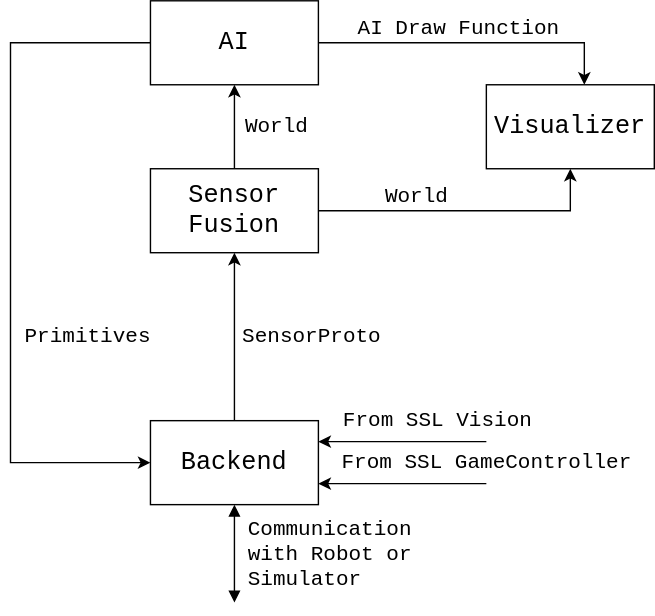
Above: docs/images/high_level_architecture_diagram.svg in UBC-Thunderbots/Software (draw.io), before the change. Source tidied: cells renumbered, new cells last; positions are measured from the earlier drawing's top-left corner, leaving out a move shared by most shapes. Source of this version:
```xml
<mxGraphModel>
  <root>
    <mxCell id="0" />
    <mxCell id="1" parent="0" />
    <mxCell id="2" style="edgeStyle=orthogonalEdgeStyle;rounded=0;jettySize=auto;html=1;exitX=1;exitY=0.5;exitDx=0;exitDy=0;" parent="1" edge="1" source="4" target="8">
      <mxGeometry relative="1" as="geometry">
        <Array as="points">
          <mxPoint x="410" y="30" />
        </Array>
      </mxGeometry>
    </mxCell>
    <mxCell id="3" style="edgeStyle=orthogonalEdgeStyle;rounded=0;jettySize=auto;html=1;entryX=0;entryY=0.5;entryDx=0;entryDy=0;exitX=0;exitY=0.5;exitDx=0;exitDy=0;" parent="1" edge="1" source="4" target="7">
      <mxGeometry relative="1" as="geometry">
        <Array as="points">
          <mxPoint y="30" />
          <mxPoint y="330" />
        </Array>
      </mxGeometry>
    </mxCell>
    <mxCell id="4" value="AI" style="whiteSpace=wrap;html=1;fontFamily=Courier New;fontSize=18;" parent="1" vertex="1">
      <mxGeometry x="100" width="120" height="60" as="geometry" />
    </mxCell>
    <mxCell id="5" style="edgeStyle=orthogonalEdgeStyle;rounded=0;jettySize=auto;html=1;entryX=0.5;entryY=1;entryDx=0;entryDy=0;" parent="1" edge="1" source="7" target="14">
      <mxGeometry relative="1" as="geometry" />
    </mxCell>
    <mxCell id="6" style="edgeStyle=orthogonalEdgeStyle;rounded=0;jettySize=auto;html=1;exitX=0.5;exitY=1;exitDx=0;exitDy=0;startArrow=block;startFill=1;endArrow=block;endFill=1;" parent="1" edge="1" source="7">
      <mxGeometry relative="1" as="geometry">
        <mxPoint x="160" y="430" as="targetPoint" />
      </mxGeometry>
    </mxCell>
    <mxCell id="7" value="Backend" style="whiteSpace=wrap;html=1;fontFamily=Courier New;fontSize=18;" parent="1" vertex="1">
      <mxGeometry x="100" y="300" width="120" height="60" as="geometry" />
    </mxCell>
    <mxCell id="8" value="Visualizer" style="whiteSpace=wrap;html=1;fontFamily=Courier New;fontSize=18;" parent="1" vertex="1">
      <mxGeometry x="340" y="60" width="120" height="60" as="geometry" />
    </mxCell>
    <mxCell id="9" value="&lt;div&gt;Primitives&lt;/div&gt;" style="text;html=1;align=center;verticalAlign=middle;fillColor=none;strokeColor=none;rounded=0;fontFamily=Courier New;fontSize=15;" parent="1" vertex="1">
      <mxGeometry y="230" width="110" height="20" as="geometry" />
    </mxCell>
    <mxCell id="10" value="AI Draw Function" style="text;html=1;align=center;verticalAlign=middle;fillColor=none;strokeColor=none;rounded=0;fontFamily=Courier New;fontSize=15;" parent="1" vertex="1">
      <mxGeometry x="240" y="10" width="160" height="20" as="geometry" />
    </mxCell>
    <mxCell id="11" value="SensorProto" style="text;html=1;align=center;verticalAlign=middle;fillColor=none;strokeColor=none;rounded=0;fontFamily=Courier New;fontSize=15;" parent="1" vertex="1">
      <mxGeometry x="160" y="230" width="110" height="20" as="geometry" />
    </mxCell>
    <mxCell id="12" style="edgeStyle=orthogonalEdgeStyle;rounded=0;jettySize=auto;html=1;entryX=0.5;entryY=1;entryDx=0;entryDy=0;" parent="1" edge="1" source="14" target="4">
      <mxGeometry relative="1" as="geometry" />
    </mxCell>
    <mxCell id="13" style="edgeStyle=orthogonalEdgeStyle;rounded=0;jettySize=auto;html=1;entryX=0.5;entryY=1;entryDx=0;entryDy=0;" parent="1" edge="1" source="14" target="8">
      <mxGeometry relative="1" as="geometry" />
    </mxCell>
    <mxCell id="14" value="&lt;div&gt;Sensor Fusion&lt;/div&gt;" style="whiteSpace=wrap;html=1;fontFamily=Courier New;fontSize=18;" parent="1" vertex="1">
      <mxGeometry x="100" y="120" width="120" height="60" as="geometry" />
    </mxCell>
    <mxCell id="15" value="World" style="text;html=1;align=center;verticalAlign=middle;fillColor=none;strokeColor=none;rounded=0;fontFamily=Courier New;fontSize=15;" parent="1" vertex="1">
      <mxGeometry x="160" y="80" width="60" height="20" as="geometry" />
    </mxCell>
    <mxCell id="16" style="edgeStyle=orthogonalEdgeStyle;rounded=0;jettySize=auto;html=1;exitX=1;exitY=0.25;exitDx=0;exitDy=0;endArrow=none;endFill=0;startArrow=classic;startFill=1;" parent="1" edge="1" source="7">
      <mxGeometry relative="1" as="geometry">
        <mxPoint x="340" y="315" as="targetPoint" />
        <Array as="points">
          <mxPoint x="240" y="315" />
          <mxPoint x="240" y="315" />
        </Array>
      </mxGeometry>
    </mxCell>
    <mxCell id="17" style="edgeStyle=orthogonalEdgeStyle;rounded=0;jettySize=auto;html=1;exitX=1;exitY=0.75;exitDx=0;exitDy=0;endArrow=none;endFill=0;startArrow=classic;startFill=1;" parent="1" edge="1" source="7">
      <mxGeometry relative="1" as="geometry">
        <mxPoint x="340" y="345" as="targetPoint" />
        <Array as="points">
          <mxPoint x="330" y="345" />
        </Array>
      </mxGeometry>
    </mxCell>
    <mxCell id="18" value="World" style="text;html=1;align=center;verticalAlign=middle;fillColor=none;strokeColor=none;rounded=0;fontFamily=Courier New;fontSize=15;" parent="1" vertex="1">
      <mxGeometry x="260" y="130" width="60" height="20" as="geometry" />
    </mxCell>
    <mxCell id="19" value="Communication with Robot or Simulator" style="text;align=left;verticalAlign=middle;fillColor=none;strokeColor=none;rounded=0;fontFamily=Courier New;fontSize=15;html=1;overflow=fill;html=1;whiteSpace=wrap;" parent="1" vertex="1">
      <mxGeometry x="170" y="370" width="130" height="50" as="geometry" />
    </mxCell>
    <mxCell id="20" value="From SSL GameController" style="text;html=1;align=center;verticalAlign=middle;fillColor=none;strokeColor=none;rounded=0;fontFamily=Courier New;fontSize=15;" parent="1" vertex="1">
      <mxGeometry x="230" y="320" width="220" height="20" as="geometry" />
    </mxCell>
    <mxCell id="21" value="From SSL Vision" style="text;html=1;align=center;verticalAlign=middle;fillColor=none;strokeColor=none;rounded=0;fontFamily=Courier New;fontSize=15;" parent="1" vertex="1">
      <mxGeometry x="230" y="290" width="150" height="20" as="geometry" />
    </mxCell>
  </root>
</mxGraphModel>
```
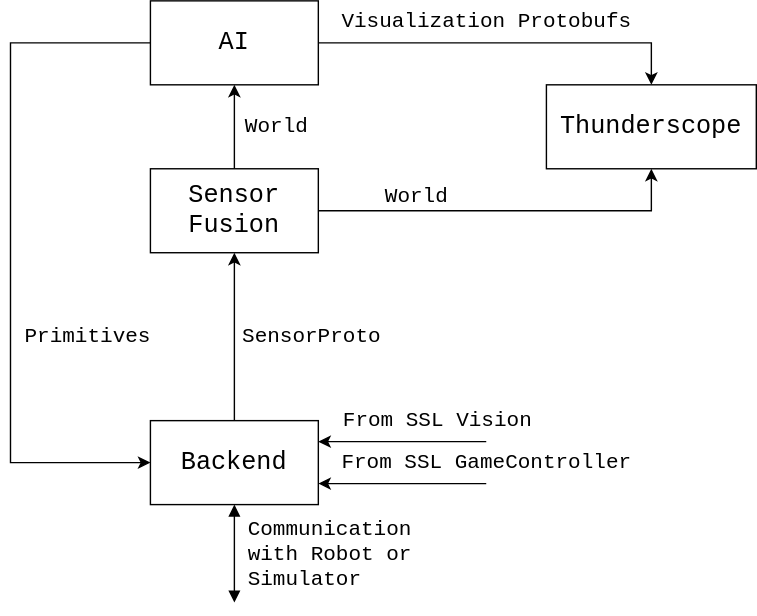
After the commit.

What changed in the source:
```diff
@@ -5,7 +5,7 @@
     <mxCell id="2" style="edgeStyle=orthogonalEdgeStyle;rounded=0;jettySize=auto;html=1;exitX=1;exitY=0.5;exitDx=0;exitDy=0;" parent="1" edge="1" source="4" target="8">
       <mxGeometry relative="1" as="geometry">
         <Array as="points">
-          <mxPoint x="410" y="30" />
+          <mxPoint x="458" y="30" />
         </Array>
       </mxGeometry>
     </mxCell>
@@ -31,14 +31,14 @@
     <mxCell id="7" value="Backend" style="whiteSpace=wrap;html=1;fontFamily=Courier New;fontSize=18;" parent="1" vertex="1">
       <mxGeometry x="100" y="300" width="120" height="60" as="geometry" />
     </mxCell>
-    <mxCell id="8" value="Visualizer" style="whiteSpace=wrap;html=1;fontFamily=Courier New;fontSize=18;" parent="1" vertex="1">
-      <mxGeometry x="340" y="60" width="120" height="60" as="geometry" />
+    <mxCell id="8" value="Thunderscope" style="whiteSpace=wrap;html=1;fontFamily=Courier New;fontSize=18;" parent="1" vertex="1">
+      <mxGeometry x="383" y="60" width="150" height="60" as="geometry" />
     </mxCell>
     <mxCell id="9" value="&lt;div&gt;Primitives&lt;/div&gt;" style="text;html=1;align=center;verticalAlign=middle;fillColor=none;strokeColor=none;rounded=0;fontFamily=Courier New;fontSize=15;" parent="1" vertex="1">
       <mxGeometry y="230" width="110" height="20" as="geometry" />
     </mxCell>
-    <mxCell id="10" value="AI Draw Function" style="text;html=1;align=center;verticalAlign=middle;fillColor=none;strokeColor=none;rounded=0;fontFamily=Courier New;fontSize=15;" parent="1" vertex="1">
-      <mxGeometry x="240" y="10" width="160" height="20" as="geometry" />
+    <mxCell id="10" value="Visualization Protobufs" style="text;html=1;align=center;verticalAlign=middle;fillColor=none;strokeColor=none;rounded=0;fontFamily=Courier New;fontSize=15;" parent="1" vertex="1">
+      <mxGeometry x="225" width="230" height="30" as="geometry" />
     </mxCell>
     <mxCell id="11" value="SensorProto" style="text;html=1;align=center;verticalAlign=middle;fillColor=none;strokeColor=none;rounded=0;fontFamily=Courier New;fontSize=15;" parent="1" vertex="1">
       <mxGeometry x="160" y="230" width="110" height="20" as="geometry" />
```
